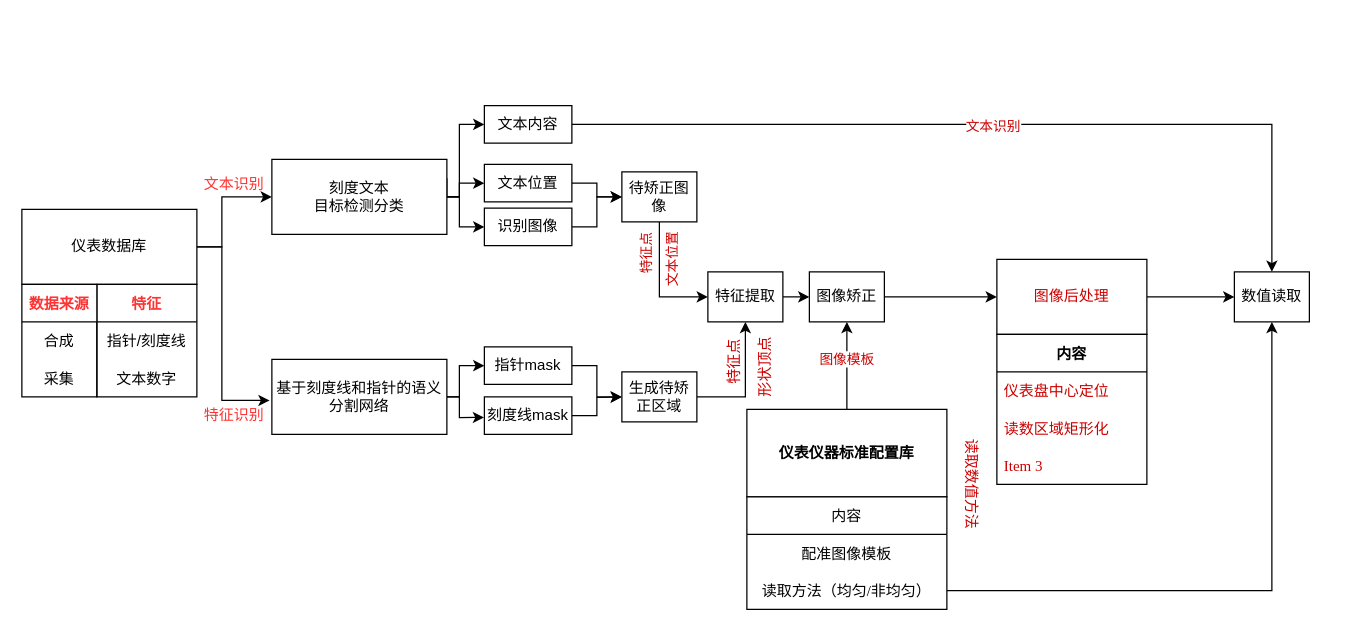
This is Untitled Diagram.drawio from paleblackless/diagrams, a draw.io file, before an edit. Source tidied: cells renumbered, new cells numbered last; positions are measured from the earlier drawing's top-left corner, leaving out a move shared by most shapes. Both pictures are drawn from the tidied source at 125%, with x=0, y=0 at pixel (21, 105).
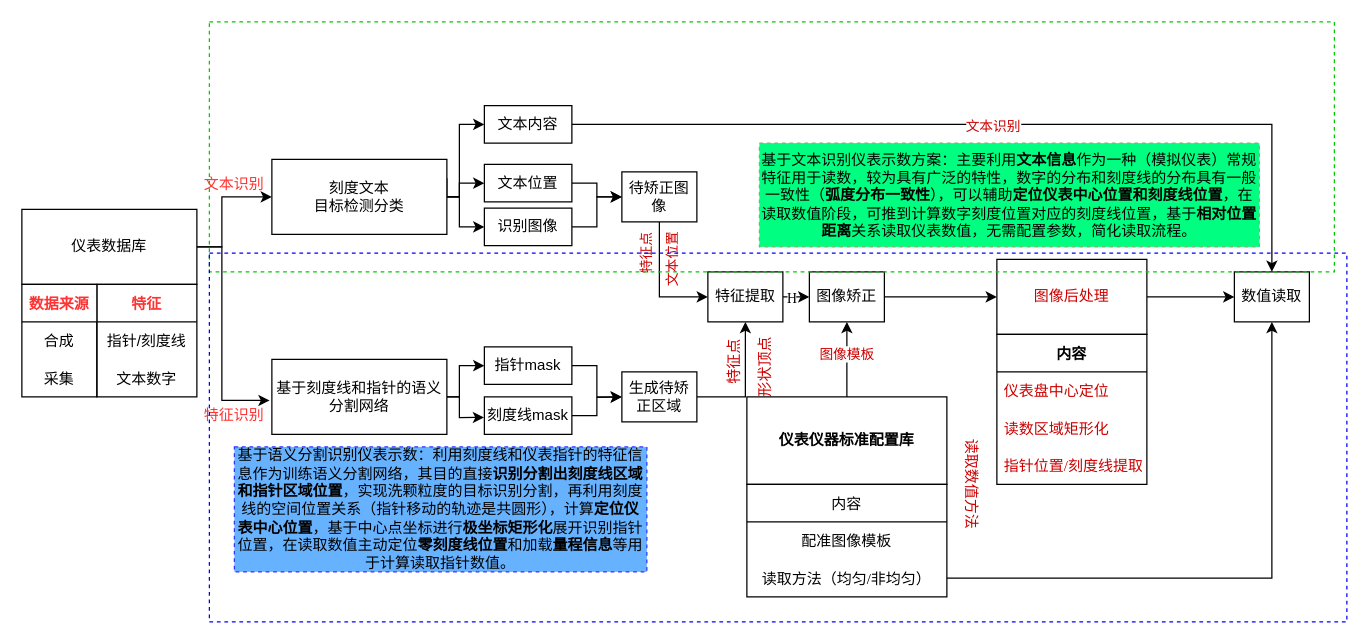
After the change.

Unchanged cells that the change refers to:
```xml
<mxCell id="46" style="edgeStyle=orthogonalEdgeStyle;rounded=0;jettySize=auto;html=1;exitX=1;exitY=0.5;exitDx=0;exitDy=0;entryX=0;entryY=0.5;entryDx=0;entryDy=0;fontFamily=Times New Roman;fontColor=#CC0000;" parent="1" edge="1" source="47" target="14">
  <mxGeometry relative="1" as="geometry" />
</mxCell>
<mxCell id="55" value="内容" style="swimlane;fontStyle=1;horizontal=1;startSize=30;fontFamily=Times New Roman;fontColor=#000000;align=center;" parent="1" vertex="1">
  <mxGeometry x="780" y="183" width="120" height="120" as="geometry" />
</mxCell>
```

Diff of the diagram source:
```diff
@@
     <mxCell id="38" value="仪表仪器标准配置库" style="rounded=0;whiteSpace=wrap;html=1;fontFamily=Times New Roman;fontColor=#000000;align=center;fontStyle=1;" parent="1" vertex="1">
-      <mxGeometry x="580" y="243" width="160" height="70" as="geometry" />
+      <mxGeometry x="580" y="233" width="160" height="70" as="geometry" />
     </mxCell>
     <mxCell id="39" value="内容" style="swimlane;fontStyle=0;horizontal=1;startSize=30;fontFamily=Times New Roman;fontColor=#000000;align=center;" parent="1" vertex="1">
-      <mxGeometry x="580" y="313" width="160" height="90" as="geometry" />
+      <mxGeometry x="580" y="303" width="160" height="90" as="geometry" />
     </mxCell>
@@
+    <mxCell id="59" value="H" style="edgeLabel;html=1;align=center;verticalAlign=middle;fontFamily=Times New Roman;fontColor=#000000;" parent="46" vertex="1">
+      <mxGeometry x="-0.35" relative="1" as="geometry" />
+    </mxCell>
@@
-    <mxCell id="58" value="Item 3" style="text;strokeColor=none;fillColor=none;align=left;verticalAlign=middle;spacingLeft=4;spacingRight=4;overflow=hidden;fontFamily=Times New Roman;fontColor=#CC0000;" parent="55" vertex="1">
+    <mxCell id="58" value="指针位置/刻度线提取" style="text;strokeColor=none;fillColor=none;align=left;verticalAlign=middle;spacingLeft=4;spacingRight=4;overflow=hidden;fontFamily=Times New Roman;fontColor=#CC0000;" parent="55" vertex="1">
       <mxGeometry y="90" width="120" height="30" as="geometry" />
     </mxCell>
+    <mxCell id="60" style="rounded=0;whiteSpace=wrap;html=1;fontFamily=Times New Roman;fontColor=#000000;align=center;labelBackgroundColor=none;fillColor=none;dashed=1;strokeColor=#00CC00;" parent="1" vertex="1">
+      <mxGeometry x="150" y="-67" width="900" height="200" as="geometry" />
+    </mxCell>
+    <mxCell id="61" style="rounded=0;whiteSpace=wrap;html=1;fontFamily=Times New Roman;fontColor=#000000;align=center;labelBackgroundColor=none;fillColor=none;dashed=1;strokeColor=#0000FF;" parent="1" vertex="1">
+      <mxGeometry x="150" y="118" width="910" height="295" as="geometry" />
+    </mxCell>
+    <mxCell id="62" value="基于语义分割识别仪表示数：利用刻度线和仪表指针的特征信息作为训练语义分割网络，其目的直接&lt;b&gt;识别分割出刻度线区域和指针区域位置&lt;/b&gt;，实现洗颗粒度的目标识别分割，再利用刻度线的空间位置关系（指针移动的轨迹是共圆形），计算&lt;b&gt;定位仪表中心位置&lt;/b&gt;，基于中心点坐标进行&lt;b&gt;极坐标矩形化&lt;/b&gt;展开识别指针位置，在读取数值主动定位&lt;b&gt;零刻度线位置&lt;/b&gt;和加载&lt;b&gt;量程信息&lt;/b&gt;等用于计算读取指针数值。" style="text;html=1;strokeColor=#3333FF;fillColor=#66B2FF;align=center;verticalAlign=middle;whiteSpace=wrap;rounded=0;dashed=1;labelBackgroundColor=none;fontFamily=Times New Roman;" parent="1" vertex="1">
+      <mxGeometry x="170" y="273" width="330" height="100" as="geometry" />
+    </mxCell>
+    <mxCell id="63" value="基于文本识别仪表示数方案：主要利用&lt;b&gt;文本信息&lt;/b&gt;作为一种（模拟仪表）常规特征用于读数，较为具有广泛的特性，数字的分布和刻度线的分布具有一般一致性（&lt;b&gt;弧度分布一致性&lt;/b&gt;），可以辅助&lt;b&gt;定位仪表中心位置和刻度线位置&lt;/b&gt;，在读取数值阶段，可推到计算数字刻度位置对应的刻度线位置，基于&lt;b&gt;相对位置距离&lt;/b&gt;关系读取仪表数值，无需配置参数，简化读取流程。" style="text;html=1;strokeColor=#82b366;fillColor=#00FF80;align=center;verticalAlign=middle;whiteSpace=wrap;rounded=0;dashed=1;labelBackgroundColor=none;fontFamily=Times New Roman;" parent="1" vertex="1">
+      <mxGeometry x="590" y="30" width="400" height="83" as="geometry" />
+    </mxCell>
```
